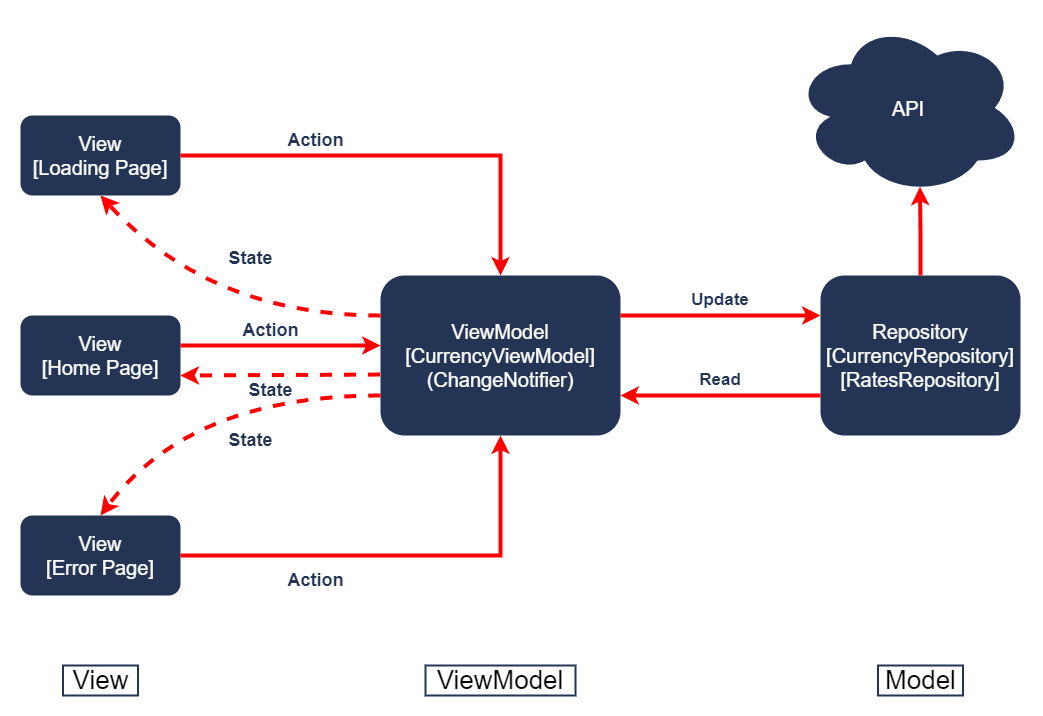
This is github/MVVM_architecture.png from trungdai01/Currency-converter, a draw.io export, as it was before one commit. Source tidied: cells renumbered, new cells last; positions are measured from the earlier drawing's top-left corner, leaving out a move shared by most shapes. The source it was exported from:
```xml
<mxGraphModel>
  <root>
    <mxCell id="0" />
    <mxCell id="1" parent="0" />
    <mxCell id="2" value="View&#10;[Loading Page]" style="rounded=1;whiteSpace=wrap;fillColor=#233454;strokeColor=none;fontSize=20;fontColor=#FFFFFF;" parent="1" vertex="1">
      <mxGeometry y="95" width="160" height="80" as="geometry" />
    </mxCell>
    <mxCell id="3" value="View&#10;[Home Page]" style="rounded=1;whiteSpace=wrap;fillColor=#233454;strokeColor=none;fontSize=20;fontColor=#FFFFFF;" parent="1" vertex="1">
      <mxGeometry y="295" width="160" height="80" as="geometry" />
    </mxCell>
    <mxCell id="4" value="View&#10;[Error Page]" style="rounded=1;whiteSpace=wrap;fillColor=#233454;strokeColor=none;fontSize=20;fontColor=#FFFFFF;" parent="1" vertex="1">
      <mxGeometry y="495" width="160" height="80" as="geometry" />
    </mxCell>
    <mxCell id="5" value="ViewModel&#10;[CurrencyViewModel]&#10;(ChangeNotifier)" style="rounded=1;whiteSpace=wrap;fillColor=#233454;strokeColor=none;fontSize=20;fontColor=#FFFFFF;" parent="1" vertex="1">
      <mxGeometry x="360" y="255" width="240" height="160" as="geometry" />
    </mxCell>
    <mxCell id="6" value="API" style="ellipse;shape=cloud;whiteSpace=wrap;fillColor=#233454;strokeColor=none;fontSize=20;fontColor=#FFFFFF;" parent="1" vertex="1">
      <mxGeometry x="773" width="230" height="175" as="geometry" />
    </mxCell>
    <mxCell id="7" value="Repository&#10;[CurrencyRepository]&#10;[RatesRepository]" style="rounded=1;whiteSpace=wrap;fillColor=#233454;strokeColor=none;fontSize=20;fontColor=#FFFFFF;" parent="1" vertex="1">
      <mxGeometry x="800" y="255" width="200" height="160" as="geometry" />
    </mxCell>
    <mxCell id="8" value="View" style="text;html=1;align=center;verticalAlign=middle;whiteSpace=wrap;rounded=0;fontSize=26;strokeColor=#233454;strokeWidth=2;" parent="1" vertex="1">
      <mxGeometry x="42.5" y="645" width="75" height="30" as="geometry" />
    </mxCell>
    <mxCell id="9" value="ViewModel" style="text;html=1;align=center;verticalAlign=middle;whiteSpace=wrap;rounded=0;fontSize=26;strokeColor=#233454;strokeWidth=2;" parent="1" vertex="1">
      <mxGeometry x="405" y="645" width="150" height="30" as="geometry" />
    </mxCell>
    <mxCell id="10" value="Model" style="text;html=1;align=center;verticalAlign=middle;whiteSpace=wrap;rounded=0;fontSize=26;strokeColor=#233454;strokeWidth=2;" parent="1" vertex="1">
      <mxGeometry x="857.5" y="645" width="85" height="30" as="geometry" />
    </mxCell>
    <mxCell id="11" style="endArrow=classic;dashed=1;html=1;rounded=0;curved=1;exitX=0;exitY=0.25;exitDx=0;exitDy=0;entryX=0.5;entryY=1;entryDx=0;entryDy=0;startArrow=none;startFill=0;endFill=1;strokeWidth=4;strokeColor=#FF0000;" parent="1" edge="1" source="5" target="2">
      <mxGeometry relative="1" as="geometry">
        <Array as="points">
          <mxPoint x="190" y="295" />
        </Array>
      </mxGeometry>
    </mxCell>
    <mxCell id="12" style="endArrow=classic;dashed=1;html=1;rounded=0;exitX=0;exitY=0.75;exitDx=0;exitDy=0;entryX=0.5;entryY=0;entryDx=0;entryDy=0;curved=1;startArrow=none;startFill=0;endFill=1;strokeWidth=4;strokeColor=#FF0000;" parent="1" edge="1" source="5" target="4">
      <mxGeometry relative="1" as="geometry">
        <Array as="points">
          <mxPoint x="170" y="375" />
        </Array>
      </mxGeometry>
    </mxCell>
    <mxCell id="13" style="endArrow=classic;html=1;rounded=0;exitX=1;exitY=0.5;exitDx=0;exitDy=0;entryX=0.5;entryY=0;entryDx=0;entryDy=0;strokeColor=#FF0000;strokeWidth=4;" parent="1" edge="1" source="2" target="5">
      <mxGeometry relative="1" as="geometry">
        <Array as="points">
          <mxPoint x="480" y="135" />
        </Array>
      </mxGeometry>
    </mxCell>
    <mxCell id="14" style="endArrow=classic;html=1;rounded=0;exitX=1;exitY=0.5;exitDx=0;exitDy=0;entryX=0.5;entryY=1;entryDx=0;entryDy=0;strokeColor=#FF0000;strokeWidth=4;" parent="1" edge="1" source="4" target="5">
      <mxGeometry relative="1" as="geometry">
        <Array as="points">
          <mxPoint x="480" y="535" />
        </Array>
      </mxGeometry>
    </mxCell>
    <mxCell id="15" style="endArrow=classic;html=1;rounded=0;exitX=1;exitY=0.5;exitDx=0;exitDy=0;entryX=0;entryY=0.5;entryDx=0;entryDy=0;strokeColor=#FF0000;strokeWidth=4;" parent="1" edge="1">
      <mxGeometry relative="1" as="geometry">
        <mxPoint x="160" y="325" as="sourcePoint" />
        <mxPoint x="360" y="325" as="targetPoint" />
      </mxGeometry>
    </mxCell>
    <mxCell id="16" style="endArrow=classic;html=1;rounded=0;exitX=1;exitY=0.25;exitDx=0;exitDy=0;entryX=0;entryY=0.25;entryDx=0;entryDy=0;strokeColor=#FF0000;strokeWidth=4;" parent="1" edge="1" source="5" target="7">
      <mxGeometry relative="1" as="geometry" />
    </mxCell>
    <mxCell id="17" style="endArrow=classic;html=1;rounded=0;exitX=0;exitY=0.75;exitDx=0;exitDy=0;entryX=1;entryY=0.75;entryDx=0;entryDy=0;strokeWidth=4;strokeColor=#FF0000;" parent="1" edge="1" source="7" target="5">
      <mxGeometry relative="1" as="geometry" />
    </mxCell>
    <mxCell id="18" style="endArrow=classic;dashed=1;html=1;strokeWidth=4;rounded=0;exitX=-0.002;exitY=0.619;exitDx=0;exitDy=0;exitPerimeter=0;entryX=1;entryY=0.75;entryDx=0;entryDy=0;endFill=1;strokeColor=#FF0000;" parent="1" edge="1" source="5" target="3">
      <mxGeometry relative="1" as="geometry" />
    </mxCell>
    <mxCell id="19" value="&lt;font style=&quot;font-size: 18px;&quot;&gt;Action&lt;/font&gt;" style="text;html=1;align=center;verticalAlign=middle;strokeColor=none;fillColor=none;fontColor=#233454;fontSize=18;fontStyle=1;fontFamily=Helvetica;" parent="1" vertex="1">
      <mxGeometry x="260" y="100" width="70" height="40" as="geometry" />
    </mxCell>
    <mxCell id="20" value="&lt;font style=&quot;font-size: 18px;&quot;&gt;State&lt;/font&gt;" style="text;html=1;align=center;verticalAlign=middle;strokeColor=none;fillColor=none;fontColor=#233454;fontSize=18;fontStyle=1;fontFamily=Helvetica;" parent="1" vertex="1">
      <mxGeometry x="195" y="217.5" width="70" height="40" as="geometry" />
    </mxCell>
    <mxCell id="21" value="&lt;font style=&quot;font-size: 18px;&quot;&gt;State&lt;/font&gt;" style="text;html=1;align=center;verticalAlign=middle;strokeColor=none;fillColor=none;fontColor=#233454;fontSize=18;fontStyle=1;fontFamily=Helvetica;" parent="1" vertex="1">
      <mxGeometry x="195" y="400" width="70" height="40" as="geometry" />
    </mxCell>
    <mxCell id="22" value="&lt;font style=&quot;font-size: 18px;&quot;&gt;Action&lt;/font&gt;" style="text;html=1;align=center;verticalAlign=middle;strokeColor=none;fillColor=none;fontColor=#233454;fontSize=18;fontStyle=1;fontFamily=Helvetica;" parent="1" vertex="1">
      <mxGeometry x="215" y="290" width="70" height="40" as="geometry" />
    </mxCell>
    <mxCell id="23" value="&lt;font style=&quot;font-size: 18px;&quot;&gt;State&lt;/font&gt;" style="text;html=1;align=center;verticalAlign=middle;strokeColor=none;fillColor=none;fontColor=#233454;fontSize=18;fontStyle=1;fontFamily=Helvetica;" parent="1" vertex="1">
      <mxGeometry x="215" y="350" width="70" height="40" as="geometry" />
    </mxCell>
    <mxCell id="24" value="&lt;font style=&quot;font-size: 18px;&quot;&gt;Action&lt;/font&gt;" style="text;html=1;align=center;verticalAlign=middle;strokeColor=none;fillColor=none;fontColor=#233454;fontSize=18;fontStyle=1;fontFamily=Helvetica;" parent="1" vertex="1">
      <mxGeometry x="260" y="540" width="70" height="40" as="geometry" />
    </mxCell>
    <mxCell id="25" value="Update" style="text;html=1;align=center;verticalAlign=middle;whiteSpace=wrap;rounded=0;fontSize=17;fontColor=#233454;fontStyle=1;" parent="1" vertex="1">
      <mxGeometry x="670" y="265" width="60" height="30" as="geometry" />
    </mxCell>
    <mxCell id="26" value="Read" style="text;html=1;align=center;verticalAlign=middle;whiteSpace=wrap;rounded=0;fontSize=17;fontColor=#233454;fontStyle=1;" parent="1" vertex="1">
      <mxGeometry x="670" y="345" width="60" height="30" as="geometry" />
    </mxCell>
    <mxCell id="27" style="edgeStyle=orthogonalEdgeStyle;rounded=0;jettySize=auto;html=1;entryX=0.55;entryY=0.95;entryDx=0;entryDy=0;entryPerimeter=0;strokeColor=#FF0000;strokeWidth=4;" parent="1" edge="1" source="7" target="6">
      <mxGeometry relative="1" as="geometry" />
    </mxCell>
  </root>
</mxGraphModel>
```
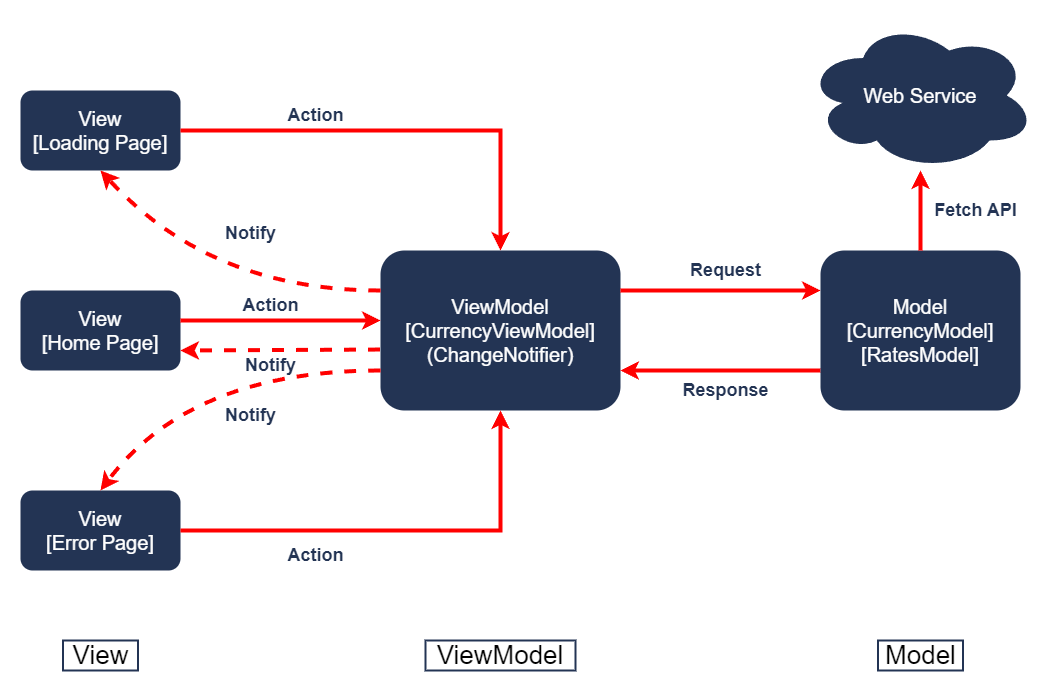
Above is the later version.

Change to the diagram source:
```diff
@@ -2,7 +2,7 @@
   <root>
     <mxCell id="0" />
     <mxCell id="1" parent="0" />
-    <mxCell id="2" value="View&#10;[Loading Page]" style="rounded=1;whiteSpace=wrap;fillColor=#233454;strokeColor=none;fontSize=20;fontColor=#FFFFFF;" parent="1" vertex="1">
+    <mxCell id="2" value="View&#10;[Loading Page]" style="rounded=1;whiteSpace=wrap;fillColor=#233454;strokeColor=none;fontSize=20;fontColor=#FFFFFF;fontStyle=0;" parent="1" vertex="1">
       <mxGeometry y="95" width="160" height="80" as="geometry" />
     </mxCell>
     <mxCell id="3" value="View&#10;[Home Page]" style="rounded=1;whiteSpace=wrap;fillColor=#233454;strokeColor=none;fontSize=20;fontColor=#FFFFFF;" parent="1" vertex="1">
@@ -11,13 +11,16 @@
     <mxCell id="4" value="View&#10;[Error Page]" style="rounded=1;whiteSpace=wrap;fillColor=#233454;strokeColor=none;fontSize=20;fontColor=#FFFFFF;" parent="1" vertex="1">
       <mxGeometry y="495" width="160" height="80" as="geometry" />
     </mxCell>
+    <mxCell id="16" style="edgeStyle=orthogonalEdgeStyle;rounded=0;jettySize=auto;html=1;exitX=1;exitY=0.25;exitDx=0;exitDy=0;entryX=0;entryY=0.25;entryDx=0;entryDy=0;strokeWidth=4;strokeColor=#FF0000;" parent="1" edge="1" source="5" target="7">
+      <mxGeometry relative="1" as="geometry" />
+    </mxCell>
     <mxCell id="5" value="ViewModel&#10;[CurrencyViewModel]&#10;(ChangeNotifier)" style="rounded=1;whiteSpace=wrap;fillColor=#233454;strokeColor=none;fontSize=20;fontColor=#FFFFFF;" parent="1" vertex="1">
       <mxGeometry x="360" y="255" width="240" height="160" as="geometry" />
     </mxCell>
-    <mxCell id="6" value="API" style="ellipse;shape=cloud;whiteSpace=wrap;fillColor=#233454;strokeColor=none;fontSize=20;fontColor=#FFFFFF;" parent="1" vertex="1">
-      <mxGeometry x="773" width="230" height="175" as="geometry" />
-    </mxCell>
+    <mxCell id="17" style="edgeStyle=orthogonalEdgeStyle;rounded=0;jettySize=auto;html=1;exitX=0;exitY=0.75;exitDx=0;exitDy=0;entryX=1;entryY=0.75;entryDx=0;entryDy=0;strokeWidth=4;strokeColor=#FF0000;" parent="1" edge="1" source="7" target="5">
+      <mxGeometry relative="1" as="geometry" />
+    </mxCell>
-    <mxCell id="7" value="Repository&#10;[CurrencyRepository]&#10;[RatesRepository]" style="rounded=1;whiteSpace=wrap;fillColor=#233454;strokeColor=none;fontSize=20;fontColor=#FFFFFF;" parent="1" vertex="1">
+    <mxCell id="7" value="Model&#10;[CurrencyModel]&#10;[RatesModel]" style="rounded=1;whiteSpace=wrap;fillColor=#233454;strokeColor=none;fontSize=20;fontColor=#FFFFFF;" parent="1" vertex="1">
       <mxGeometry x="800" y="255" width="200" height="160" as="geometry" />
     </mxCell>
     <mxCell id="8" value="View" style="text;html=1;align=center;verticalAlign=middle;whiteSpace=wrap;rounded=0;fontSize=26;strokeColor=#233454;strokeWidth=2;" parent="1" vertex="1">
@@ -63,41 +66,41 @@
         <mxPoint x="360" y="325" as="targetPoint" />
       </mxGeometry>
     </mxCell>
-    <mxCell id="16" style="endArrow=classic;html=1;rounded=0;exitX=1;exitY=0.25;exitDx=0;exitDy=0;entryX=0;entryY=0.25;entryDx=0;entryDy=0;strokeColor=#FF0000;strokeWidth=4;" parent="1" edge="1" source="5" target="7">
-      <mxGeometry relative="1" as="geometry" />
-    </mxCell>
-    <mxCell id="17" style="endArrow=classic;html=1;rounded=0;exitX=0;exitY=0.75;exitDx=0;exitDy=0;entryX=1;entryY=0.75;entryDx=0;entryDy=0;strokeWidth=4;strokeColor=#FF0000;" parent="1" edge="1" source="7" target="5">
-      <mxGeometry relative="1" as="geometry" />
-    </mxCell>
     <mxCell id="18" style="endArrow=classic;dashed=1;html=1;strokeWidth=4;rounded=0;exitX=-0.002;exitY=0.619;exitDx=0;exitDy=0;exitPerimeter=0;entryX=1;entryY=0.75;entryDx=0;entryDy=0;endFill=1;strokeColor=#FF0000;" parent="1" edge="1" source="5" target="3">
       <mxGeometry relative="1" as="geometry" />
     </mxCell>
     <mxCell id="19" value="&lt;font style=&quot;font-size: 18px;&quot;&gt;Action&lt;/font&gt;" style="text;html=1;align=center;verticalAlign=middle;strokeColor=none;fillColor=none;fontColor=#233454;fontSize=18;fontStyle=1;fontFamily=Helvetica;" parent="1" vertex="1">
       <mxGeometry x="260" y="100" width="70" height="40" as="geometry" />
     </mxCell>
-    <mxCell id="20" value="&lt;font style=&quot;font-size: 18px;&quot;&gt;State&lt;/font&gt;" style="text;html=1;align=center;verticalAlign=middle;strokeColor=none;fillColor=none;fontColor=#233454;fontSize=18;fontStyle=1;fontFamily=Helvetica;" parent="1" vertex="1">
+    <mxCell id="20" value="&lt;font style=&quot;font-size: 18px;&quot;&gt;Notify&lt;/font&gt;" style="text;html=1;align=center;verticalAlign=middle;strokeColor=none;fillColor=none;fontColor=#233454;fontSize=18;fontStyle=1;fontFamily=Helvetica;" parent="1" vertex="1">
       <mxGeometry x="195" y="217.5" width="70" height="40" as="geometry" />
     </mxCell>
-    <mxCell id="21" value="&lt;font style=&quot;font-size: 18px;&quot;&gt;State&lt;/font&gt;" style="text;html=1;align=center;verticalAlign=middle;strokeColor=none;fillColor=none;fontColor=#233454;fontSize=18;fontStyle=1;fontFamily=Helvetica;" parent="1" vertex="1">
+    <mxCell id="21" value="&lt;font style=&quot;font-size: 18px;&quot;&gt;Notify&lt;/font&gt;" style="text;html=1;align=center;verticalAlign=middle;strokeColor=none;fillColor=none;fontColor=#233454;fontSize=18;fontStyle=1;fontFamily=Helvetica;" parent="1" vertex="1">
       <mxGeometry x="195" y="400" width="70" height="40" as="geometry" />
     </mxCell>
     <mxCell id="22" value="&lt;font style=&quot;font-size: 18px;&quot;&gt;Action&lt;/font&gt;" style="text;html=1;align=center;verticalAlign=middle;strokeColor=none;fillColor=none;fontColor=#233454;fontSize=18;fontStyle=1;fontFamily=Helvetica;" parent="1" vertex="1">
       <mxGeometry x="215" y="290" width="70" height="40" as="geometry" />
     </mxCell>
-    <mxCell id="23" value="&lt;font style=&quot;font-size: 18px;&quot;&gt;State&lt;/font&gt;" style="text;html=1;align=center;verticalAlign=middle;strokeColor=none;fillColor=none;fontColor=#233454;fontSize=18;fontStyle=1;fontFamily=Helvetica;" parent="1" vertex="1">
+    <mxCell id="23" value="&lt;font style=&quot;font-size: 18px;&quot;&gt;Notify&lt;/font&gt;" style="text;html=1;align=center;verticalAlign=middle;strokeColor=none;fillColor=none;fontColor=#233454;fontSize=18;fontStyle=1;fontFamily=Helvetica;" parent="1" vertex="1">
       <mxGeometry x="215" y="350" width="70" height="40" as="geometry" />
     </mxCell>
     <mxCell id="24" value="&lt;font style=&quot;font-size: 18px;&quot;&gt;Action&lt;/font&gt;" style="text;html=1;align=center;verticalAlign=middle;strokeColor=none;fillColor=none;fontColor=#233454;fontSize=18;fontStyle=1;fontFamily=Helvetica;" parent="1" vertex="1">
       <mxGeometry x="260" y="540" width="70" height="40" as="geometry" />
     </mxCell>
-    <mxCell id="25" value="Update" style="text;html=1;align=center;verticalAlign=middle;whiteSpace=wrap;rounded=0;fontSize=17;fontColor=#233454;fontStyle=1;" parent="1" vertex="1">
-      <mxGeometry x="670" y="265" width="60" height="30" as="geometry" />
-    </mxCell>
-    <mxCell id="26" value="Read" style="text;html=1;align=center;verticalAlign=middle;whiteSpace=wrap;rounded=0;fontSize=17;fontColor=#233454;fontStyle=1;" parent="1" vertex="1">
-      <mxGeometry x="670" y="345" width="60" height="30" as="geometry" />
-    </mxCell>
-    <mxCell id="27" style="edgeStyle=orthogonalEdgeStyle;rounded=0;jettySize=auto;html=1;entryX=0.55;entryY=0.95;entryDx=0;entryDy=0;entryPerimeter=0;strokeColor=#FF0000;strokeWidth=4;" parent="1" edge="1" source="7" target="6">
-      <mxGeometry relative="1" as="geometry" />
-    </mxCell>
+    <mxCell id="28" style="edgeStyle=orthogonalEdgeStyle;rounded=0;jettySize=auto;html=1;entryX=0.5;entryY=0;entryDx=0;entryDy=0;strokeWidth=4;strokeColor=#FF0000;endArrow=none;endFill=0;startArrow=classic;startFill=1;" parent="1" edge="1" source="29" target="7">
+      <mxGeometry relative="1" as="geometry" />
+    </mxCell>
+    <mxCell id="29" value="&lt;font color=&quot;#ffffff&quot; style=&quot;font-size: 20px;&quot;&gt;Web Service&lt;/font&gt;" style="ellipse;shape=cloud;whiteSpace=wrap;html=1;strokeColor=none;fillColor=#233454;" parent="1" vertex="1">
+      <mxGeometry x="785" y="25" width="230" height="150" as="geometry" />
+    </mxCell>
+    <mxCell id="30" value="&lt;font style=&quot;font-size: 18px;&quot;&gt;Request&lt;/font&gt;" style="text;html=1;align=center;verticalAlign=middle;strokeColor=none;fillColor=none;fontColor=#233454;fontStyle=1;" parent="1" vertex="1">
+      <mxGeometry x="660" y="255" width="90" height="40" as="geometry" />
+    </mxCell>
+    <mxCell id="31" value="&lt;font style=&quot;font-size: 18px;&quot;&gt;Response&lt;/font&gt;" style="text;html=1;align=center;verticalAlign=middle;strokeColor=none;fillColor=none;fontColor=#233454;fontStyle=1;" parent="1" vertex="1">
+      <mxGeometry x="655" y="375" width="100" height="40" as="geometry" />
+    </mxCell>
+    <mxCell id="32" value="&lt;font style=&quot;font-size: 18px;&quot;&gt;Fetch API&lt;/font&gt;" style="text;html=1;align=center;verticalAlign=middle;strokeColor=none;fillColor=none;fontColor=#233454;fontStyle=1;" parent="1" vertex="1">
+      <mxGeometry x="905" y="195" width="100" height="40" as="geometry" />
+    </mxCell>
   </root>
 </mxGraphModel>
```
